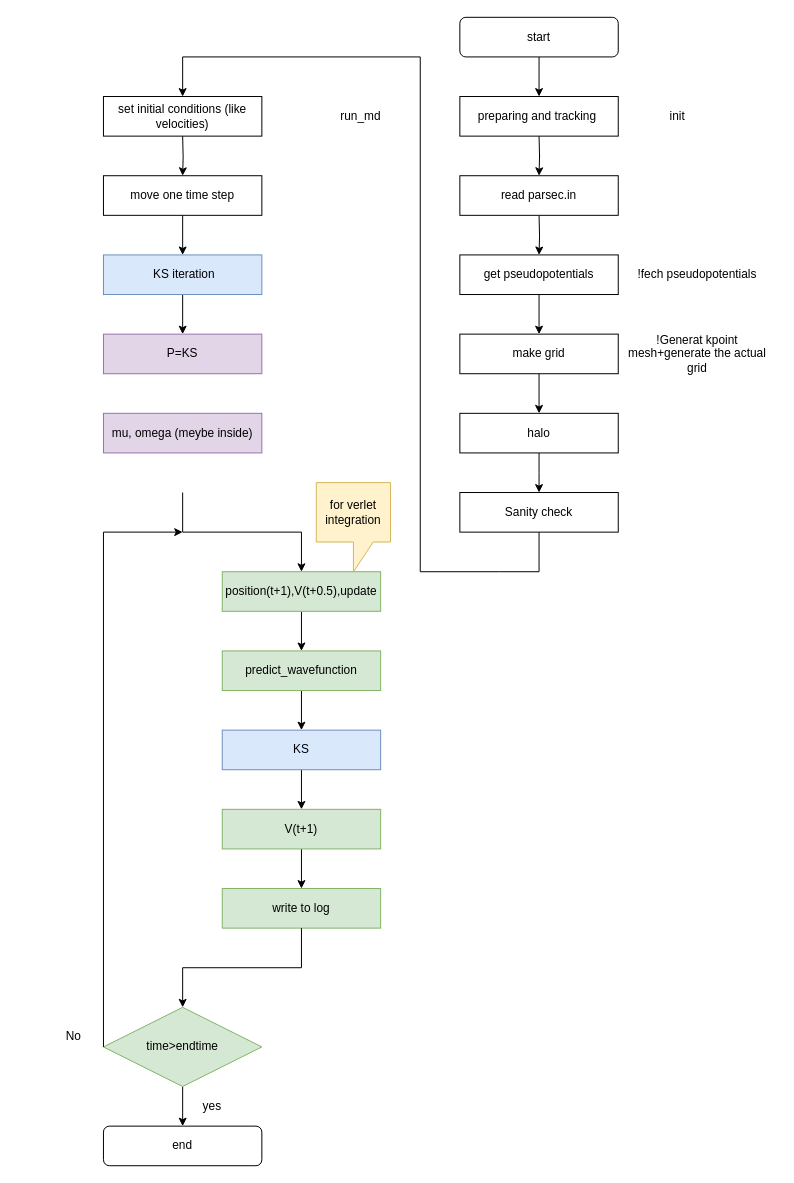
MorYagueldeLame/flowchart_BOMD keeps this draw.io diagram as XL_BOMD-KS.drawio. Above is the earlier version. Source tidied: cells renumbered, new cells numbered last; positions are measured from the earlier drawing's top-left corner, leaving out a move shared by most shapes. Both pictures are drawn from the tidied source at 99%, with x=0, y=0 at pixel (44, 17).
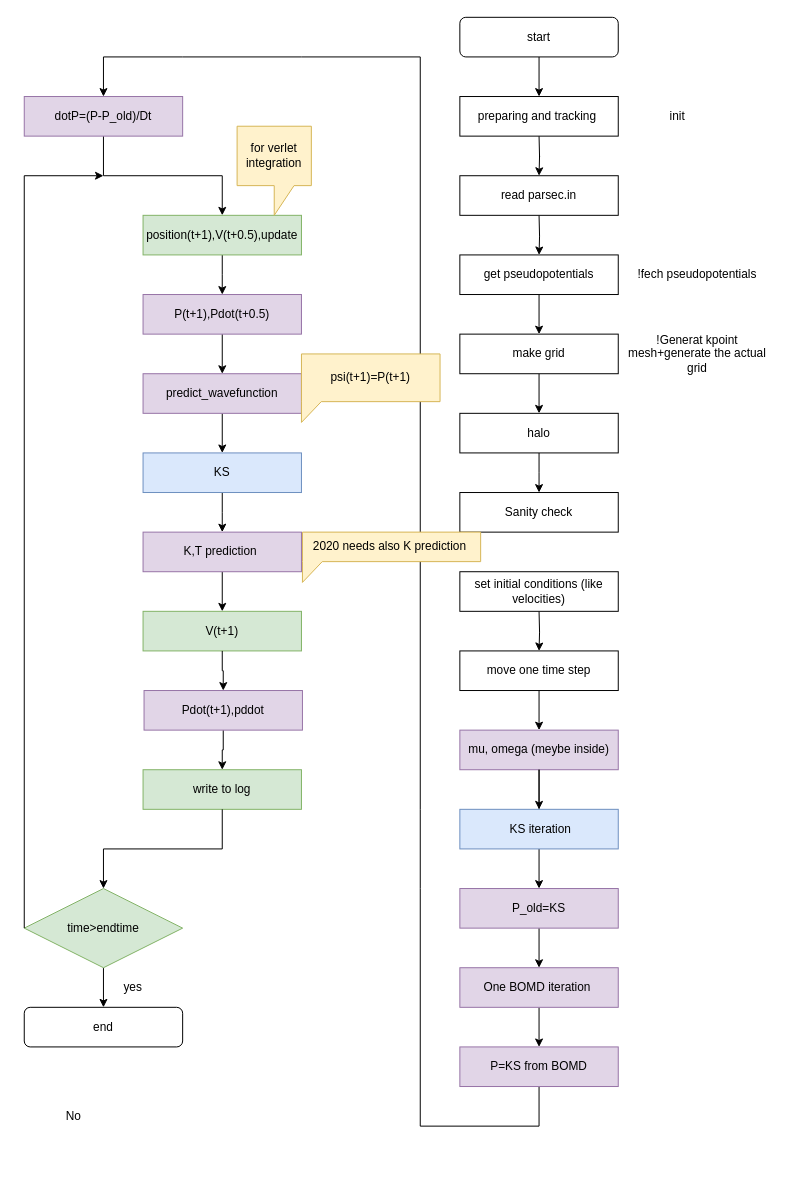
The same diagram, later.

Unchanged cells that the change refers to:
```xml
<mxCell id="17" value="Sanity check" style="whiteSpace=wrap;html=1;" parent="1" vertex="1">
  <mxGeometry x="420" y="480" width="160" height="40" as="geometry" />
</mxCell>
```

The edit, as a diff of the source:
```diff
@@
-    <mxCell id="18" style="endArrow=classic;html=1;rounded=0;exitX=0.5;exitY=1;exitDx=0;exitDy=0;entryX=0.5;entryY=0;entryDx=0;entryDy=0;" parent="1" edge="1" source="17" target="23">
+    <mxCell id="18" style="endArrow=classic;html=1;rounded=0;exitX=0.5;exitY=1;exitDx=0;exitDy=0;entryX=0.5;entryY=0;entryDx=0;entryDy=0;" parent="1" edge="1" source="54" target="55">
       <mxGeometry relative="1" as="geometry">
         <Array as="points">
-          <mxPoint x="500" y="560" />
-          <mxPoint x="460" y="560" />
-          <mxPoint x="380" y="560" />
+          <mxPoint x="500" y="1120" />
+          <mxPoint x="380" y="1120" />
+          <mxPoint x="380" y="880" />
+          <mxPoint x="380" y="800" />
           <mxPoint x="380" y="40" />
+          <mxPoint x="260" y="40" />
           <mxPoint x="140" y="40" />
+          <mxPoint x="60" y="40" />
         </Array>
       </mxGeometry>
     </mxCell>
-    <mxCell id="19" style="edgeStyle=orthogonalEdgeStyle;rounded=0;jettySize=auto;html=1;" parent="1" edge="1" target="22">
-      <mxGeometry relative="1" as="geometry">
-        <mxPoint x="140" y="120" as="sourcePoint" />
-      </mxGeometry>
-    </mxCell>
-    <mxCell id="20" value="run_md" style="text;html=1;strokeColor=none;fillColor=none;align=center;verticalAlign=middle;whiteSpace=wrap;rounded=0;" parent="1" vertex="1">
-      <mxGeometry x="260" y="80" width="120" height="40" as="geometry" />
-    </mxCell>
-    <mxCell id="21" style="edgeStyle=orthogonalEdgeStyle;rounded=0;jettySize=auto;html=1;" parent="1" edge="1" source="22" target="25">
-      <mxGeometry relative="1" as="geometry" />
-    </mxCell>
-    <mxCell id="22" value="move one time step" style="whiteSpace=wrap;html=1;" parent="1" vertex="1">
-      <mxGeometry x="60" y="160" width="160" height="40" as="geometry" />
-    </mxCell>
-    <mxCell id="23" value="set initial conditions (like velocities)" style="rounded=0;whiteSpace=wrap;html=1;" parent="1" vertex="1">
-      <mxGeometry x="60" y="80" width="160" height="40" as="geometry" />
-    </mxCell>
-    <mxCell id="24" style="edgeStyle=orthogonalEdgeStyle;rounded=0;jettySize=auto;html=1;" parent="1" edge="1" source="25" target="44">
-      <mxGeometry relative="1" as="geometry" />
-    </mxCell>
-    <mxCell id="25" value="&amp;nbsp;KS iteration" style="whiteSpace=wrap;html=1;fillColor=#dae8fc;strokeColor=#6c8ebf;" parent="1" vertex="1">
-      <mxGeometry x="60" y="240" width="160" height="40" as="geometry" />
-    </mxCell>
     <mxCell id="26" style="endArrow=classic;html=1;rounded=0;exitX=0.5;exitY=1;exitDx=0;exitDy=0;entryX=0.5;entryY=0;entryDx=0;entryDy=0;" parent="1" edge="1" target="28">
       <mxGeometry relative="1" as="geometry">
-        <mxPoint x="140" y="480" as="sourcePoint" />
+        <mxPoint x="60" y="120" as="sourcePoint" />
         <Array as="points">
-          <mxPoint x="140" y="520" />
-          <mxPoint x="260" y="520" />
+          <mxPoint x="60" y="160" />
+          <mxPoint x="180" y="160" />
         </Array>
       </mxGeometry>
     </mxCell>
-    <mxCell id="27" style="edgeStyle=orthogonalEdgeStyle;rounded=0;jettySize=auto;html=1;" parent="1" edge="1" source="28" target="32">
-      <mxGeometry relative="1" as="geometry" />
+    <mxCell id="27" style="edgeStyle=orthogonalEdgeStyle;rounded=0;jettySize=auto;html=1;" parent="1" edge="1" source="28">
+      <mxGeometry relative="1" as="geometry">
+        <mxPoint x="180" y="280" as="targetPoint" />
+      </mxGeometry>
     </mxCell>
     <mxCell id="28" value="position(t+1),V(t+0.5),update" style="whiteSpace=wrap;html=1;fillColor=#d5e8d4;strokeColor=#82b366;" parent="1" vertex="1">
-      <mxGeometry x="180" y="560" width="160" height="40" as="geometry" />
+      <mxGeometry x="100" y="200" width="160" height="40" as="geometry" />
     </mxCell>
-    <mxCell id="29" style="edgeStyle=orthogonalEdgeStyle;rounded=0;jettySize=auto;html=1;" parent="1" edge="1" source="30" target="35">
-      <mxGeometry relative="1" as="geometry" />
+    <mxCell id="29" style="edgeStyle=orthogonalEdgeStyle;rounded=0;jettySize=auto;html=1;" parent="1" edge="1" source="30">
+      <mxGeometry relative="1" as="geometry">
+        <mxPoint x="180" y="520" as="targetPoint" />
+      </mxGeometry>
     </mxCell>
     <mxCell id="30" value="KS" style="whiteSpace=wrap;html=1;fillColor=#dae8fc;strokeColor=#6c8ebf;" parent="1" vertex="1">
-      <mxGeometry x="180" y="720" width="160" height="40" as="geometry" />
+      <mxGeometry x="100" y="440" width="160" height="40" as="geometry" />
     </mxCell>
@@
-    <mxCell id="32" value="predict_wavefunction" style="whiteSpace=wrap;html=1;fillColor=#d5e8d4;strokeColor=#82b366;" parent="1" vertex="1">
-      <mxGeometry x="180" y="640" width="160" height="40" as="geometry" />
+    <mxCell id="32" value="predict_wavefunction" style="whiteSpace=wrap;html=1;fillColor=#e1d5e7;strokeColor=#9673a6;" parent="1" vertex="1">
+      <mxGeometry x="100" y="360" width="160" height="40" as="geometry" />
     </mxCell>
     <mxCell id="33" value="for verlet integration" style="shape=callout;whiteSpace=wrap;html=1;perimeter=calloutPerimeter;fillColor=#fff2cc;strokeColor=#d6b656;" parent="1" vertex="1">
-      <mxGeometry x="275" y="470" width="75" height="90" as="geometry" />
+      <mxGeometry x="195" y="110" width="75" height="90" as="geometry" />
     </mxCell>
-    <mxCell id="34" style="edgeStyle=orthogonalEdgeStyle;rounded=0;jettySize=auto;html=1;" parent="1" edge="1" source="35" target="36">
+    <mxCell id="34" style="edgeStyle=orthogonalEdgeStyle;rounded=0;jettySize=auto;html=1;" parent="1" edge="1" source="61" target="36">
       <mxGeometry relative="1" as="geometry" />
     </mxCell>
     <mxCell id="35" value="V(t+1)" style="whiteSpace=wrap;html=1;fillColor=#d5e8d4;strokeColor=#82b366;" parent="1" vertex="1">
-      <mxGeometry x="180" y="800" width="160" height="40" as="geometry" />
+      <mxGeometry x="100" y="600" width="160" height="40" as="geometry" />
     </mxCell>
     <mxCell id="36" value="write to log" style="whiteSpace=wrap;html=1;fillColor=#d5e8d4;strokeColor=#82b366;" parent="1" vertex="1">
-      <mxGeometry x="180" y="880" width="160" height="40" as="geometry" />
+      <mxGeometry x="100" y="760" width="160" height="40" as="geometry" />
     </mxCell>
     <mxCell id="37" style="endArrow=classic;html=1;rounded=0;exitX=0.5;exitY=1;exitDx=0;exitDy=0;entryX=0.5;entryY=0;entryDx=0;entryDy=0;entryPerimeter=0;" parent="1" edge="1" source="36" target="39">
       <mxGeometry relative="1" as="geometry">
         <Array as="points">
-          <mxPoint x="260" y="960" />
-          <mxPoint x="140" y="960" />
+          <mxPoint x="180" y="840" />
+          <mxPoint x="60" y="840" />
         </Array>
       </mxGeometry>
     </mxCell>
@@
     <mxCell id="39" value="time&amp;gt;endtime" style="rhombus;whiteSpace=wrap;html=1;fillColor=#d5e8d4;strokeColor=#82b366;" parent="1" vertex="1">
-      <mxGeometry x="60" y="1000" width="160" height="80" as="geometry" />
+      <mxGeometry x="-20" y="880" width="160" height="80" as="geometry" />
     </mxCell>
     <mxCell id="40" style="endArrow=classic;html=1;rounded=0;exitX=0;exitY=0.5;exitDx=0;exitDy=0;" parent="1" edge="1" source="39">
       <mxGeometry relative="1" as="geometry">
-        <mxPoint x="140" y="520" as="targetPoint" />
+        <mxPoint x="60" y="160" as="targetPoint" />
         <Array as="points">
-          <mxPoint x="60" y="520" />
+          <mxPoint x="-20" y="160" />
         </Array>
       </mxGeometry>
     </mxCell>
     <mxCell id="41" value="end" style="rounded=1;whiteSpace=wrap;html=1;" parent="1" vertex="1">
-      <mxGeometry x="60" y="1120" width="160" height="40" as="geometry" />
+      <mxGeometry x="-20" y="1000" width="160" height="40" as="geometry" />
     </mxCell>
     <mxCell id="42" value="No" style="text;html=1;strokeColor=none;fillColor=none;align=center;verticalAlign=middle;whiteSpace=wrap;rounded=0;" parent="1" vertex="1">
-      <mxGeometry y="1010" width="60" height="40" as="geometry" />
+      <mxGeometry y="1090" width="60" height="40" as="geometry" />
     </mxCell>
     <mxCell id="43" value="yes" style="text;html=1;strokeColor=none;fillColor=none;align=center;verticalAlign=middle;whiteSpace=wrap;rounded=0;" parent="1" vertex="1">
-      <mxGeometry x="140" y="1080" width="60" height="40" as="geometry" />
+      <mxGeometry x="60" y="960" width="60" height="40" as="geometry" />
     </mxCell>
-    <mxCell id="44" value="P=KS" style="whiteSpace=wrap;html=1;fillColor=#e1d5e7;strokeColor=#9673a6;" parent="1" vertex="1">
-      <mxGeometry x="60" y="320" width="160" height="40" as="geometry" />
-    </mxCell>
+    <mxCell id="46" style="edgeStyle=orthogonalEdgeStyle;rounded=0;jettySize=auto;html=1;" parent="1" edge="1" target="22">
+      <mxGeometry relative="1" as="geometry">
+        <mxPoint x="500" y="600" as="sourcePoint" />
+      </mxGeometry>
+    </mxCell>
+    <mxCell id="47" style="edgeStyle=orthogonalEdgeStyle;rounded=0;jettySize=auto;html=1;" parent="1" edge="1" source="22" target="45">
+      <mxGeometry relative="1" as="geometry" />
+    </mxCell>
+    <mxCell id="22" value="move one time step" style="whiteSpace=wrap;html=1;" parent="1" vertex="1">
+      <mxGeometry x="420" y="640" width="160" height="40" as="geometry" />
+    </mxCell>
+    <mxCell id="23" value="set initial conditions (like velocities)" style="rounded=0;whiteSpace=wrap;html=1;" parent="1" vertex="1">
+      <mxGeometry x="420" y="560" width="160" height="40" as="geometry" />
+    </mxCell>
     <mxCell id="45" value="mu, omega (meybe inside)" style="whiteSpace=wrap;html=1;fillColor=#e1d5e7;strokeColor=#9673a6;" parent="1" vertex="1">
-      <mxGeometry x="60" y="400" width="160" height="40" as="geometry" />
+      <mxGeometry x="420" y="720" width="160" height="40" as="geometry" />
     </mxCell>
+    <mxCell id="48" style="edgeStyle=orthogonalEdgeStyle;rounded=0;orthogonalLoop=1;jettySize=auto;html=1;" parent="1" edge="1">
+      <mxGeometry relative="1" as="geometry">
+        <mxPoint x="500" y="800" as="sourcePoint" />
+        <mxPoint x="500" y="800" as="targetPoint" />
+        <Array as="points">
+          <mxPoint x="500" y="760" />
+          <mxPoint x="500" y="760" />
+        </Array>
+      </mxGeometry>
+    </mxCell>
+    <mxCell id="49" style="edgeStyle=orthogonalEdgeStyle;rounded=0;jettySize=auto;html=1;" parent="1" edge="1" source="25" target="51">
+      <mxGeometry relative="1" as="geometry" />
+    </mxCell>
+    <mxCell id="25" value="&amp;nbsp;KS iteration" style="whiteSpace=wrap;html=1;fillColor=#dae8fc;strokeColor=#6c8ebf;" parent="1" vertex="1">
+      <mxGeometry x="420" y="800" width="160" height="40" as="geometry" />
+    </mxCell>
+    <mxCell id="50" style="edgeStyle=orthogonalEdgeStyle;rounded=0;jettySize=auto;html=1;" parent="1" edge="1" source="51" target="53">
+      <mxGeometry relative="1" as="geometry" />
+    </mxCell>
+    <mxCell id="51" value="P_old=KS" style="whiteSpace=wrap;html=1;fillColor=#e1d5e7;strokeColor=#9673a6;" parent="1" vertex="1">
+      <mxGeometry x="420" y="880" width="160" height="40" as="geometry" />
+    </mxCell>
+    <mxCell id="52" style="edgeStyle=orthogonalEdgeStyle;rounded=0;jettySize=auto;html=1;" parent="1" edge="1" source="53" target="54">
+      <mxGeometry relative="1" as="geometry" />
+    </mxCell>
+    <mxCell id="53" value="One BOMD iteration&amp;nbsp;" style="whiteSpace=wrap;html=1;fillColor=#e1d5e7;strokeColor=#9673a6;" parent="1" vertex="1">
+      <mxGeometry x="420" y="960" width="160" height="40" as="geometry" />
+    </mxCell>
+    <mxCell id="54" value="P=KS from BOMD" style="whiteSpace=wrap;html=1;fillColor=#e1d5e7;strokeColor=#9673a6;" parent="1" vertex="1">
+      <mxGeometry x="420" y="1040" width="160" height="40" as="geometry" />
+    </mxCell>
+    <mxCell id="55" value="dotP=(P-P_old)/Dt" style="whiteSpace=wrap;html=1;fillColor=#e1d5e7;strokeColor=#9673a6;" parent="1" vertex="1">
+      <mxGeometry x="-20" y="80" width="160" height="40" as="geometry" />
+    </mxCell>
+    <mxCell id="56" value="2020 needs also K prediction&amp;nbsp;" style="shape=callout;whiteSpace=wrap;html=1;perimeter=calloutPerimeter;rotation=0;size=21;position=0;position2=0;fillColor=#fff2cc;strokeColor=#d6b656;" parent="1" vertex="1">
+      <mxGeometry x="261" y="520" width="180" height="50.8" as="geometry" />
+    </mxCell>
+    <mxCell id="57" value="psi(t+1)=P(t+1)" style="shape=callout;whiteSpace=wrap;html=1;perimeter=calloutPerimeter;rotation=0;size=21;position=0;position2=0;fillColor=#fff2cc;strokeColor=#d6b656;" parent="1" vertex="1">
+      <mxGeometry x="260" y="340" width="140" height="69.2" as="geometry" />
+    </mxCell>
+    <mxCell id="58" style="edgeStyle=orthogonalEdgeStyle;rounded=0;jettySize=auto;html=1;" parent="1" edge="1" source="59" target="32">
+      <mxGeometry relative="1" as="geometry" />
+    </mxCell>
+    <mxCell id="59" value="P(t+1),Pdot(t+0.5)" style="whiteSpace=wrap;html=1;fillColor=#e1d5e7;strokeColor=#9673a6;" parent="1" vertex="1">
+      <mxGeometry x="100" y="280" width="160" height="40" as="geometry" />
+    </mxCell>
+    <mxCell id="60" style="edgeStyle=orthogonalEdgeStyle;rounded=0;jettySize=auto;html=1;" parent="1" edge="1" source="35" target="61">
+      <mxGeometry relative="1" as="geometry" />
+    </mxCell>
+    <mxCell id="61" value="Pdot(t+1),pddot" style="whiteSpace=wrap;html=1;fillColor=#e1d5e7;strokeColor=#9673a6;" parent="1" vertex="1">
+      <mxGeometry x="101" y="680" width="160" height="40" as="geometry" />
+    </mxCell>
+    <mxCell id="62" style="edgeStyle=orthogonalEdgeStyle;rounded=0;jettySize=auto;html=1;" parent="1" edge="1" source="63" target="35">
+      <mxGeometry relative="1" as="geometry" />
+    </mxCell>
+    <mxCell id="63" value="K,T prediction&amp;nbsp;" style="rounded=0;whiteSpace=wrap;html=1;fillColor=#e1d5e7;strokeColor=#9673a6;" parent="1" vertex="1">
+      <mxGeometry x="100" y="520" width="160" height="40" as="geometry" />
+    </mxCell>
```
